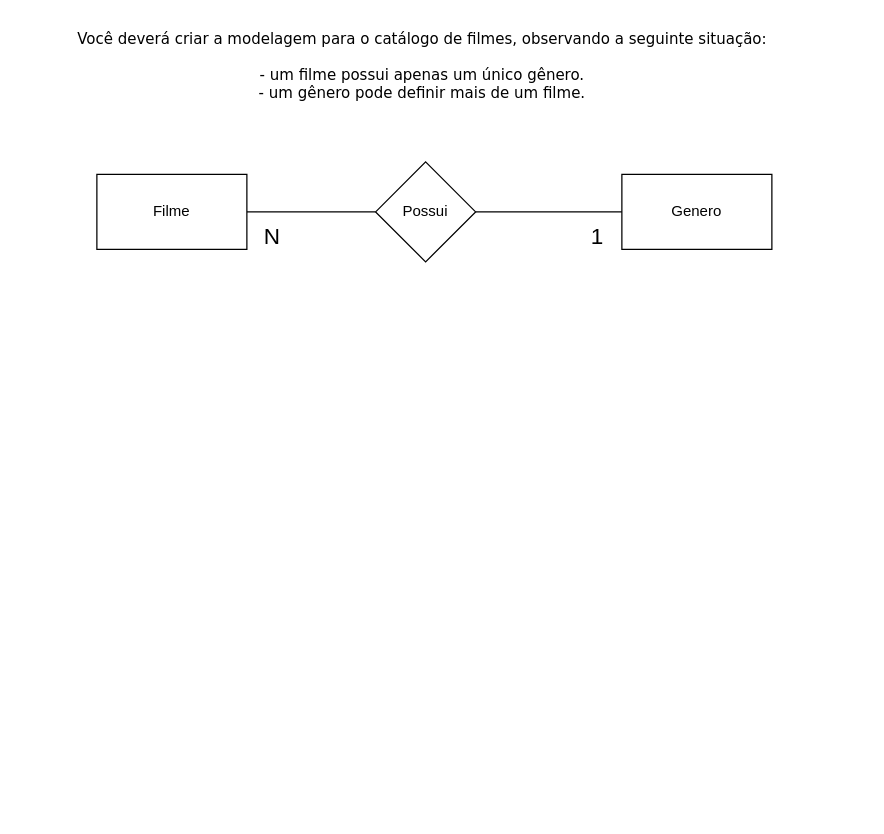
Before: exercícios/1.0/1.0.drawio in wenderdecastro/senai_sprint1_bd, a draw.io diagram. Source tidied: cells renumbered, new cells numbered last; positions are measured from the earlier drawing's top-left corner, leaving out a move shared by most shapes. Both pictures are drawn from the tidied source at 125%, with x=0, y=0 at pixel (59, 21).
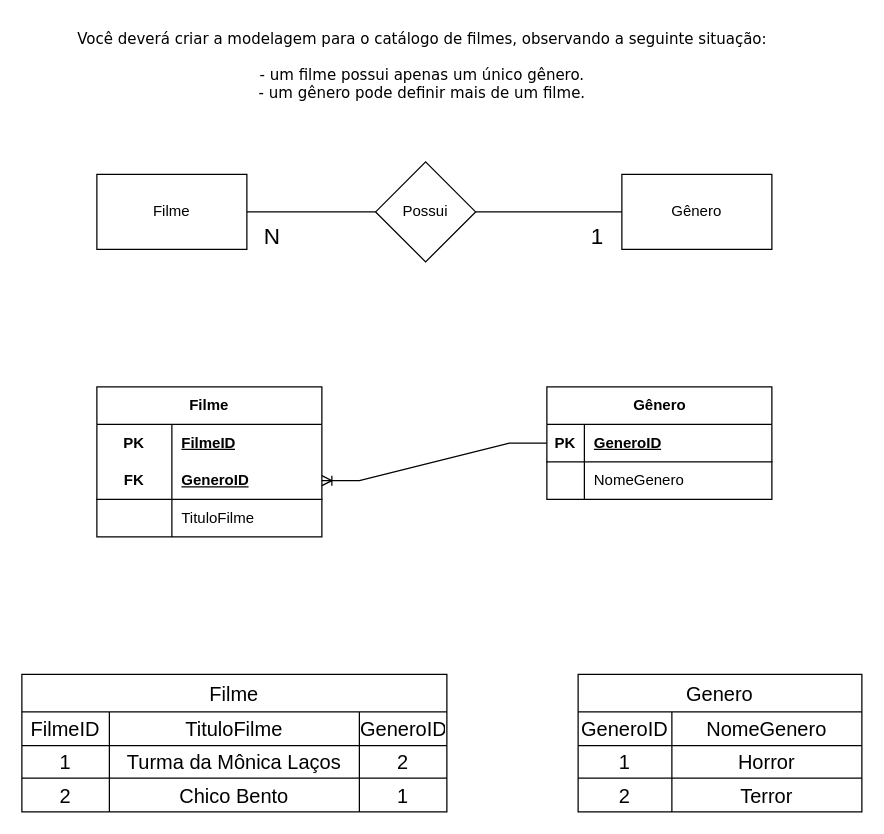
The same diagram, later.

The edit, as a diff of the source:
```diff
@@
-    <mxCell id="4" value="Genero" style="rounded=0;whiteSpace=wrap;html=1;" parent="1" vertex="1">
+    <mxCell id="4" value="Gênero" style="rounded=0;whiteSpace=wrap;html=1;" parent="1" vertex="1">
       <mxGeometry x="450" y="122" width="120" height="60" as="geometry" />
     </mxCell>
@@
+    <mxCell id="10" value="Gênero" style="shape=table;startSize=30;childLayout=tableLayout;rowLines=0;fontStyle=1;align=center;html=1;" parent="1" vertex="1">
+      <mxGeometry x="390" y="292" width="180" height="90" as="geometry" />
+    </mxCell>
+    <mxCell id="11" style="shape=tableRow;horizontal=0;startSize=0;swimlaneHead=0;swimlaneBody=0;fillColor=none;points=[[0,0.5],[1,0.5]];portConstraint=eastwest;top=0;left=0;right=0;bottom=1;" parent="10" vertex="1">
+      <mxGeometry y="30" width="180" height="30" as="geometry" />
+    </mxCell>
+    <mxCell id="12" value="PK" style="shape=partialRectangle;fillColor=none;top=0;left=0;bottom=0;right=0;fontStyle=1;overflow=hidden;whiteSpace=wrap;html=1;" parent="11" vertex="1">
+      <mxGeometry width="30" height="30" as="geometry" />
+    </mxCell>
+    <mxCell id="13" value="GeneroID" style="shape=partialRectangle;fillColor=none;top=0;left=0;bottom=0;right=0;align=left;spacingLeft=6;fontStyle=5;overflow=hidden;whiteSpace=wrap;html=1;" parent="11" vertex="1">
+      <mxGeometry x="30" width="150" height="30" as="geometry" />
+    </mxCell>
+    <mxCell id="14" style="shape=tableRow;horizontal=0;startSize=0;swimlaneHead=0;swimlaneBody=0;fillColor=none;top=0;left=0;right=0;bottom=0;" parent="10" vertex="1">
+      <mxGeometry y="60" width="180" height="30" as="geometry" />
+    </mxCell>
+    <mxCell id="15" style="shape=partialRectangle;fillColor=none;top=0;left=0;bottom=0;right=0;overflow=hidden;whiteSpace=wrap;html=1;" parent="14" vertex="1">
+      <mxGeometry width="30" height="30" as="geometry" />
+    </mxCell>
+    <mxCell id="16" value="NomeGenero" style="shape=partialRectangle;fillColor=none;top=0;left=0;bottom=0;right=0;align=left;spacingLeft=6;overflow=hidden;whiteSpace=wrap;html=1;" parent="14" vertex="1">
+      <mxGeometry x="30" width="150" height="30" as="geometry" />
+    </mxCell>
+    <mxCell id="17" value="Filme" style="shape=table;startSize=30;childLayout=tableLayout;rowLines=0;fontStyle=1;align=center;html=1;whiteSpace=wrap;" parent="1" vertex="1">
+      <mxGeometry x="30" y="292" width="180" height="120" as="geometry" />
+    </mxCell>
+    <mxCell id="18" style="shape=tableRow;horizontal=0;startSize=0;swimlaneHead=0;swimlaneBody=0;fillColor=none;top=0;left=0;right=0;bottom=0;html=1;" parent="17" vertex="1">
+      <mxGeometry y="30" width="180" height="30" as="geometry" />
+    </mxCell>
+    <mxCell id="19" value="PK" style="shape=partialRectangle;fillColor=none;top=0;left=0;bottom=0;right=0;fontStyle=1;overflow=hidden;html=1;whiteSpace=wrap;" parent="18" vertex="1">
+      <mxGeometry width="60" height="30" as="geometry" />
+    </mxCell>
+    <mxCell id="20" value="FilmeID" style="shape=partialRectangle;fillColor=none;top=0;left=0;bottom=0;right=0;align=left;spacingLeft=6;fontStyle=5;overflow=hidden;html=1;whiteSpace=wrap;" parent="18" vertex="1">
+      <mxGeometry x="60" width="120" height="30" as="geometry" />
+    </mxCell>
+    <mxCell id="21" style="shape=tableRow;horizontal=0;startSize=0;swimlaneHead=0;swimlaneBody=0;fillColor=none;points=[[0,0.5],[1,0.5]];portConstraint=eastwest;top=0;left=0;right=0;bottom=1;html=1;" parent="17" vertex="1">
+      <mxGeometry y="60" width="180" height="30" as="geometry" />
+    </mxCell>
+    <mxCell id="22" value="FK" style="shape=partialRectangle;fillColor=none;top=0;left=0;bottom=0;right=0;fontStyle=1;overflow=hidden;html=1;whiteSpace=wrap;" parent="21" vertex="1">
+      <mxGeometry width="60" height="30" as="geometry" />
+    </mxCell>
+    <mxCell id="23" value="GeneroID" style="shape=partialRectangle;fillColor=none;top=0;left=0;bottom=0;right=0;align=left;spacingLeft=6;fontStyle=5;overflow=hidden;html=1;whiteSpace=wrap;" parent="21" vertex="1">
+      <mxGeometry x="60" width="120" height="30" as="geometry" />
+    </mxCell>
+    <mxCell id="24" style="shape=tableRow;horizontal=0;startSize=0;swimlaneHead=0;swimlaneBody=0;fillColor=none;top=0;left=0;right=0;bottom=0;html=1;" parent="17" vertex="1">
+      <mxGeometry y="90" width="180" height="30" as="geometry" />
+    </mxCell>
+    <mxCell id="25" style="shape=partialRectangle;fillColor=none;top=0;left=0;bottom=0;right=0;overflow=hidden;html=1;whiteSpace=wrap;" parent="24" vertex="1">
+      <mxGeometry width="60" height="30" as="geometry" />
+    </mxCell>
+    <mxCell id="26" value="TituloFilme" style="shape=partialRectangle;fillColor=none;top=0;left=0;bottom=0;right=0;align=left;spacingLeft=6;overflow=hidden;html=1;whiteSpace=wrap;" parent="24" vertex="1">
+      <mxGeometry x="60" width="120" height="30" as="geometry" />
+    </mxCell>
+    <mxCell id="27" style="edgeStyle=entityRelationEdgeStyle;fontSize=12;html=1;endArrow=ERoneToMany;rounded=0;exitX=0;exitY=0.5;exitDx=0;exitDy=0;entryX=1;entryY=0.5;entryDx=0;entryDy=0;" parent="1" edge="1" source="11" target="21">
+      <mxGeometry relative="1" as="geometry" />
+    </mxCell>
+    <mxCell id="28" value="Filme" style="shape=table;startSize=30;childLayout=tableLayout;strokeColor=default;fontSize=16;" parent="1" vertex="1">
+      <mxGeometry x="-30" y="522" width="340" height="110" as="geometry" />
+    </mxCell>
+    <mxCell id="29" style="shape=tableRow;horizontal=0;startSize=0;swimlaneHead=0;swimlaneBody=0;strokeColor=inherit;top=0;left=0;bottom=0;right=0;fillColor=none;fontSize=16;" parent="28" vertex="1">
+      <mxGeometry y="30" width="340" height="27" as="geometry" />
+    </mxCell>
+    <mxCell id="30" value="FilmeID" style="shape=partialRectangle;html=1;whiteSpace=wrap;strokeColor=inherit;overflow=hidden;fillColor=none;top=0;left=0;bottom=0;right=0;fontSize=16;" parent="29" vertex="1">
+      <mxGeometry width="70" height="27" as="geometry" />
+    </mxCell>
+    <mxCell id="31" value="TituloFilme" style="shape=partialRectangle;html=1;whiteSpace=wrap;strokeColor=inherit;overflow=hidden;fillColor=none;top=0;left=0;bottom=0;right=0;fontSize=16;" parent="29" vertex="1">
+      <mxGeometry x="70" width="200" height="27" as="geometry" />
+    </mxCell>
+    <mxCell id="32" value="GeneroID" style="shape=partialRectangle;html=1;whiteSpace=wrap;strokeColor=inherit;overflow=hidden;fillColor=none;top=0;left=0;bottom=0;right=0;fontSize=16;" parent="29" vertex="1">
+      <mxGeometry x="270" width="70" height="27" as="geometry" />
+    </mxCell>
+    <mxCell id="33" style="shape=tableRow;horizontal=0;startSize=0;swimlaneHead=0;swimlaneBody=0;strokeColor=inherit;top=0;left=0;bottom=0;right=0;fillColor=none;fontSize=16;" parent="28" vertex="1">
+      <mxGeometry y="57" width="340" height="26" as="geometry" />
+    </mxCell>
+    <mxCell id="34" value="1" style="shape=partialRectangle;html=1;whiteSpace=wrap;strokeColor=inherit;overflow=hidden;fillColor=none;top=0;left=0;bottom=0;right=0;fontSize=16;" parent="33" vertex="1">
+      <mxGeometry width="70" height="26" as="geometry" />
+    </mxCell>
+    <mxCell id="35" value="Turma da Mônica Laços" style="shape=partialRectangle;html=1;whiteSpace=wrap;strokeColor=inherit;overflow=hidden;fillColor=none;top=0;left=0;bottom=0;right=0;fontSize=16;" parent="33" vertex="1">
+      <mxGeometry x="70" width="200" height="26" as="geometry" />
+    </mxCell>
+    <mxCell id="36" value="2" style="shape=partialRectangle;html=1;whiteSpace=wrap;strokeColor=inherit;overflow=hidden;fillColor=none;top=0;left=0;bottom=0;right=0;fontSize=16;" parent="33" vertex="1">
+      <mxGeometry x="270" width="70" height="26" as="geometry" />
+    </mxCell>
+    <mxCell id="37" style="shape=tableRow;horizontal=0;startSize=0;swimlaneHead=0;swimlaneBody=0;strokeColor=inherit;top=0;left=0;bottom=0;right=0;fillColor=none;fontSize=16;" parent="28" vertex="1">
+      <mxGeometry y="83" width="340" height="27" as="geometry" />
+    </mxCell>
+    <mxCell id="38" value="2" style="shape=partialRectangle;html=1;whiteSpace=wrap;strokeColor=inherit;overflow=hidden;fillColor=none;top=0;left=0;bottom=0;right=0;fontSize=16;" parent="37" vertex="1">
+      <mxGeometry width="70" height="27" as="geometry" />
+    </mxCell>
+    <mxCell id="39" value="Chico Bento" style="shape=partialRectangle;html=1;whiteSpace=wrap;strokeColor=inherit;overflow=hidden;fillColor=none;top=0;left=0;bottom=0;right=0;fontSize=16;" parent="37" vertex="1">
+      <mxGeometry x="70" width="200" height="27" as="geometry" />
+    </mxCell>
+    <mxCell id="40" value="1" style="shape=partialRectangle;html=1;whiteSpace=wrap;strokeColor=inherit;overflow=hidden;fillColor=none;top=0;left=0;bottom=0;right=0;fontSize=16;" parent="37" vertex="1">
+      <mxGeometry x="270" width="70" height="27" as="geometry" />
+    </mxCell>
+    <mxCell id="41" value="Genero" style="shape=table;startSize=30;childLayout=tableLayout;strokeColor=default;fontSize=16;" parent="1" vertex="1">
+      <mxGeometry x="415" y="522" width="227" height="110" as="geometry" />
+    </mxCell>
+    <mxCell id="42" style="shape=tableRow;horizontal=0;startSize=0;swimlaneHead=0;swimlaneBody=0;strokeColor=inherit;top=0;left=0;bottom=0;right=0;fillColor=none;fontSize=16;" parent="41" vertex="1">
+      <mxGeometry y="30" width="227" height="27" as="geometry" />
+    </mxCell>
+    <mxCell id="43" value="GeneroID" style="shape=partialRectangle;html=1;whiteSpace=wrap;strokeColor=inherit;overflow=hidden;fillColor=none;top=0;left=0;bottom=0;right=0;fontSize=16;" parent="42" vertex="1">
+      <mxGeometry width="75" height="27" as="geometry" />
+    </mxCell>
+    <mxCell id="44" value="NomeGenero" style="shape=partialRectangle;html=1;whiteSpace=wrap;strokeColor=inherit;overflow=hidden;fillColor=none;top=0;left=0;bottom=0;right=0;fontSize=16;" parent="42" vertex="1">
+      <mxGeometry x="75" width="152" height="27" as="geometry" />
+    </mxCell>
+    <mxCell id="45" style="shape=tableRow;horizontal=0;startSize=0;swimlaneHead=0;swimlaneBody=0;strokeColor=inherit;top=0;left=0;bottom=0;right=0;fillColor=none;fontSize=16;" parent="41" vertex="1">
+      <mxGeometry y="57" width="227" height="26" as="geometry" />
+    </mxCell>
+    <mxCell id="46" value="1" style="shape=partialRectangle;html=1;whiteSpace=wrap;strokeColor=inherit;overflow=hidden;fillColor=none;top=0;left=0;bottom=0;right=0;fontSize=16;" parent="45" vertex="1">
+      <mxGeometry width="75" height="26" as="geometry" />
+    </mxCell>
+    <mxCell id="47" value="Horror" style="shape=partialRectangle;html=1;whiteSpace=wrap;strokeColor=inherit;overflow=hidden;fillColor=none;top=0;left=0;bottom=0;right=0;fontSize=16;" parent="45" vertex="1">
+      <mxGeometry x="75" width="152" height="26" as="geometry" />
+    </mxCell>
+    <mxCell id="48" style="shape=tableRow;horizontal=0;startSize=0;swimlaneHead=0;swimlaneBody=0;strokeColor=inherit;top=0;left=0;bottom=0;right=0;fillColor=none;fontSize=16;" parent="41" vertex="1">
+      <mxGeometry y="83" width="227" height="27" as="geometry" />
+    </mxCell>
+    <mxCell id="49" value="2" style="shape=partialRectangle;html=1;whiteSpace=wrap;strokeColor=inherit;overflow=hidden;fillColor=none;top=0;left=0;bottom=0;right=0;fontSize=16;" parent="48" vertex="1">
+      <mxGeometry width="75" height="27" as="geometry" />
+    </mxCell>
+    <mxCell id="50" value="Terror" style="shape=partialRectangle;html=1;whiteSpace=wrap;strokeColor=inherit;overflow=hidden;fillColor=none;top=0;left=0;bottom=0;right=0;fontSize=16;" parent="48" vertex="1">
+      <mxGeometry x="75" width="152" height="27" as="geometry" />
+    </mxCell>
```
